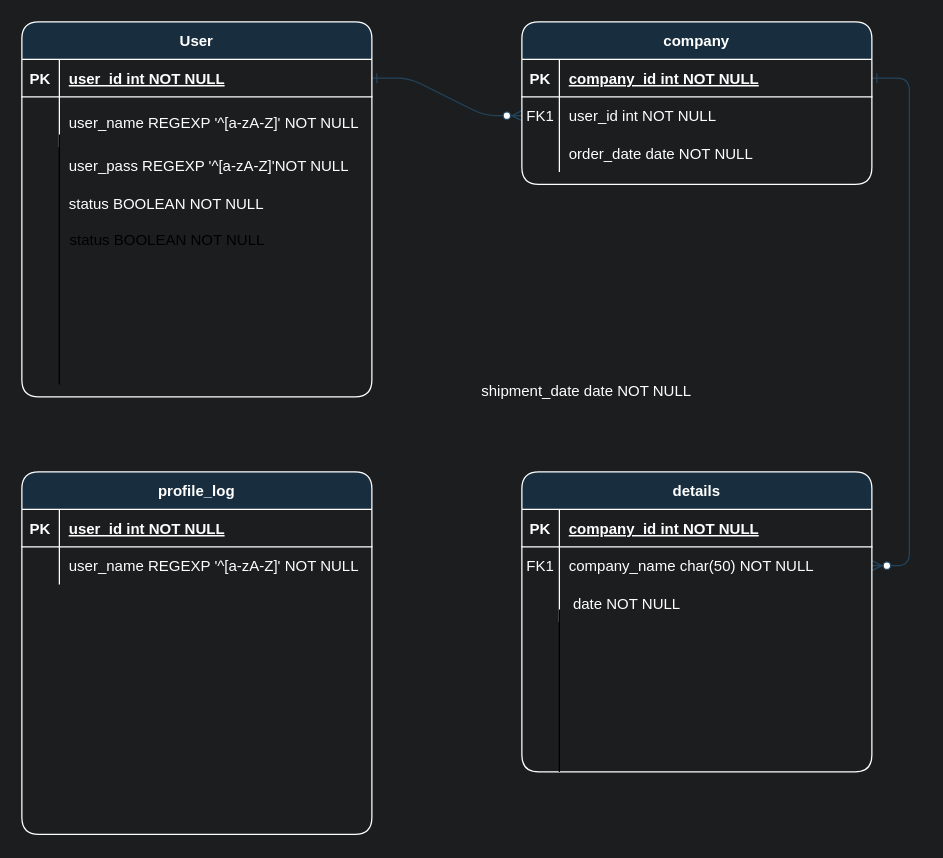
The draw.io diagram ER_job-search-manegement-app.drawio in ShotaArima/job-search-manegement-app, before the edit. Source tidied: cells renumbered, new cells numbered last; positions are measured from the earlier drawing's top-left corner, leaving out a move shared by most shapes. Both pictures are drawn from the tidied source at 125%, with x=0, y=0 at pixel (21, 21).
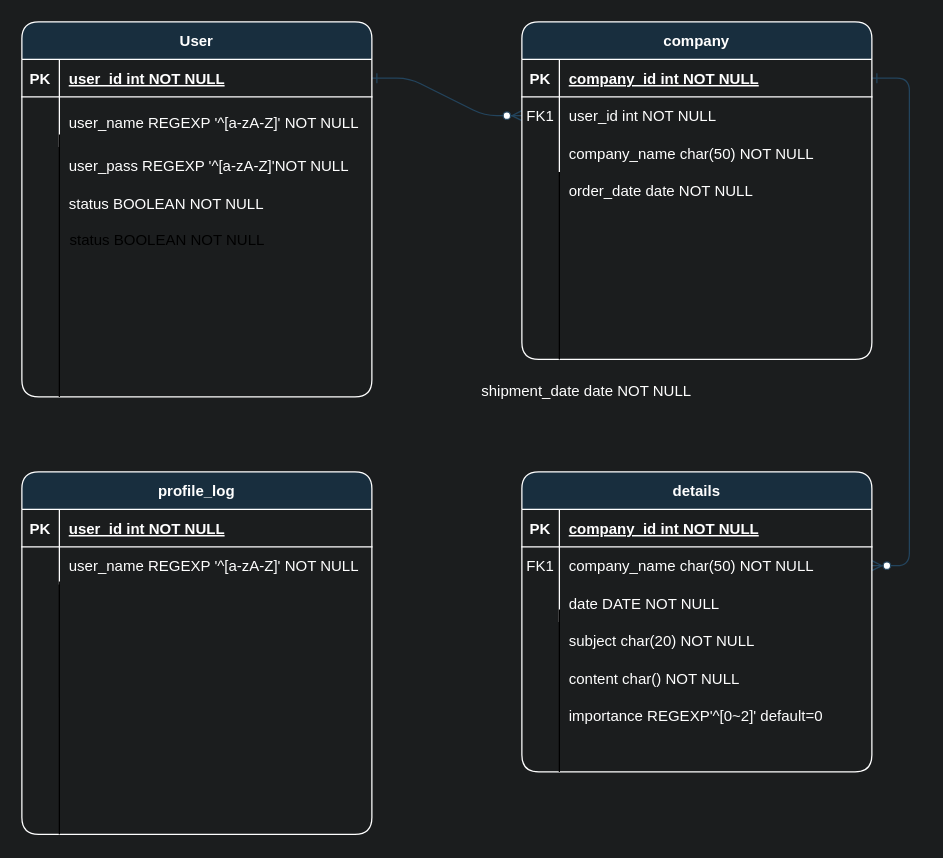
The same diagram, later.

Unchanged cells that the change refers to:
```xml
<mxCell id="11" style="shape=partialRectangle;fillColor=none;top=0;left=0;right=0;bottom=0;rounded=1;labelBackgroundColor=none;strokeColor=#FFFFFF;fontColor=#FFFFFF;" parent="4" vertex="1">
  <mxGeometry y="90" width="280" height="30" as="geometry" />
</mxCell>
<mxCell id="21" style="shape=partialRectangle;fillColor=none;top=0;left=0;right=0;bottom=0;rounded=1;labelBackgroundColor=none;strokeColor=#FFFFFF;fontColor=#FFFFFF;" parent="14" vertex="1">
  <mxGeometry y="90" width="280" height="30" as="geometry" />
</mxCell>
<mxCell id="40" style="shape=partialRectangle;fillColor=none;points=[[0,0.5],[1,0.5]];portConstraint=eastwest;top=0;left=0;right=0;bottom=0;rounded=1;labelBackgroundColor=none;strokeColor=#FFFFFF;fontColor=#FFFFFF;" parent="36" vertex="1">
  <mxGeometry y="60" width="280" height="30" as="geometry" />
</mxCell>
```

Diff of the diagram source:
```diff
@@
     <mxCell id="4" value="company" style="shape=table;startSize=30;childLayout=tableLayout;rowLines=0;fontStyle=1;align=center;rounded=1;labelBackgroundColor=none;fillColor=#182E3E;strokeColor=#FFFFFF;fontColor=#FFFFFF;" parent="1" vertex="1">
-      <mxGeometry x="400" width="280" height="130" as="geometry" />
+      <mxGeometry x="400" width="280" height="270" as="geometry" />
     </mxCell>
@@
-    <mxCell id="13" value="order_date date NOT NULL" style="shape=partialRectangle;overflow=hidden;fillColor=none;top=0;left=0;bottom=0;right=0;align=left;spacingLeft=6;rounded=1;labelBackgroundColor=none;strokeColor=#FFFFFF;fontColor=#FFFFFF;" parent="11" vertex="1">
+    <mxCell id="13" value="company_name char(50) NOT NULL" style="shape=partialRectangle;overflow=hidden;fillColor=none;top=0;left=0;bottom=0;right=0;align=left;spacingLeft=6;rounded=1;labelBackgroundColor=none;strokeColor=#FFFFFF;fontColor=#FFFFFF;" parent="11" vertex="1">
       <mxGeometry x="30" width="250" height="30" as="geometry" />
     </mxCell>
@@
-    <mxCell id="23" value=" date NOT NULL" style="shape=partialRectangle;overflow=hidden;fillColor=none;top=0;left=0;bottom=0;right=0;align=left;spacingLeft=6;rounded=1;labelBackgroundColor=none;strokeColor=#FFFFFF;fontColor=#FFFFFF;" parent="21" vertex="1">
+    <mxCell id="23" value="date DATE NOT NULL" style="shape=partialRectangle;overflow=hidden;fillColor=none;top=0;left=0;bottom=0;right=0;align=left;spacingLeft=6;rounded=1;labelBackgroundColor=none;strokeColor=#FFFFFF;fontColor=#FFFFFF;" parent="21" vertex="1">
       <mxGeometry x="30" width="250" height="30" as="geometry" />
     </mxCell>
@@
     <mxCell id="33" style="endArrow=none;html=1;rounded=0;" parent="1" edge="1">
       <mxGeometry relative="1" as="geometry">
-        <mxPoint x="30" y="290" as="sourcePoint" />
+        <mxPoint x="30" y="300" as="sourcePoint" />
         <mxPoint x="30" y="90" as="targetPoint" />
       </mxGeometry>
     </mxCell>
@@
+    <mxCell id="44" style="endArrow=none;html=1;rounded=0;" parent="1" edge="1">
+      <mxGeometry relative="1" as="geometry">
+        <mxPoint x="430" y="270" as="sourcePoint" />
+        <mxPoint x="430" y="120" as="targetPoint" />
+      </mxGeometry>
+    </mxCell>
+    <mxCell id="45" value="order_date date NOT NULL" style="shape=partialRectangle;overflow=hidden;fillColor=none;top=0;left=0;bottom=0;right=0;align=left;spacingLeft=6;rounded=1;labelBackgroundColor=none;strokeColor=#FFFFFF;fontColor=#FFFFFF;" parent="1" vertex="1">
+      <mxGeometry x="430" y="120" width="250" height="30" as="geometry" />
+    </mxCell>
+    <mxCell id="46" style="shape=partialRectangle;fillColor=none;top=0;left=0;right=0;bottom=0;rounded=1;labelBackgroundColor=none;strokeColor=#FFFFFF;fontColor=#FFFFFF;" parent="1" vertex="1">
+      <mxGeometry x="410" y="460" width="280" height="30" as="geometry" />
+    </mxCell>
+    <mxCell id="47" style="shape=partialRectangle;overflow=hidden;fillColor=none;top=0;left=0;bottom=0;right=0;rounded=1;labelBackgroundColor=none;strokeColor=#FFFFFF;fontColor=#FFFFFF;" parent="46" vertex="1">
+      <mxGeometry width="30" height="30" as="geometry" />
+    </mxCell>
+    <mxCell id="48" value="subject char(20) NOT NULL" style="shape=partialRectangle;overflow=hidden;fillColor=none;top=0;left=0;bottom=0;right=0;align=left;spacingLeft=6;rounded=1;labelBackgroundColor=none;strokeColor=#FFFFFF;fontColor=#FFFFFF;" parent="1" vertex="1">
+      <mxGeometry x="430" y="480" width="250" height="30" as="geometry" />
+    </mxCell>
+    <mxCell id="49" value="content char() NOT NULL" style="shape=partialRectangle;overflow=hidden;fillColor=none;top=0;left=0;bottom=0;right=0;align=left;spacingLeft=6;rounded=1;labelBackgroundColor=none;strokeColor=#FFFFFF;fontColor=#FFFFFF;" parent="1" vertex="1">
+      <mxGeometry x="430" y="510" width="250" height="30" as="geometry" />
+    </mxCell>
+    <mxCell id="50" value="importance REGEXP'^[0~2]' default=0" style="shape=partialRectangle;overflow=hidden;fillColor=none;top=0;left=0;bottom=0;right=0;align=left;spacingLeft=6;rounded=1;labelBackgroundColor=none;strokeColor=#FFFFFF;fontColor=#FFFFFF;" parent="1" vertex="1">
+      <mxGeometry x="430" y="540" width="250" height="30" as="geometry" />
+    </mxCell>
+    <mxCell id="51" style="endArrow=none;html=1;rounded=0;entryX=0.107;entryY=0.921;entryDx=0;entryDy=0;entryPerimeter=0;" parent="1" edge="1" target="40">
+      <mxGeometry relative="1" as="geometry">
+        <mxPoint x="30" y="650" as="sourcePoint" />
+      </mxGeometry>
+    </mxCell>
```
